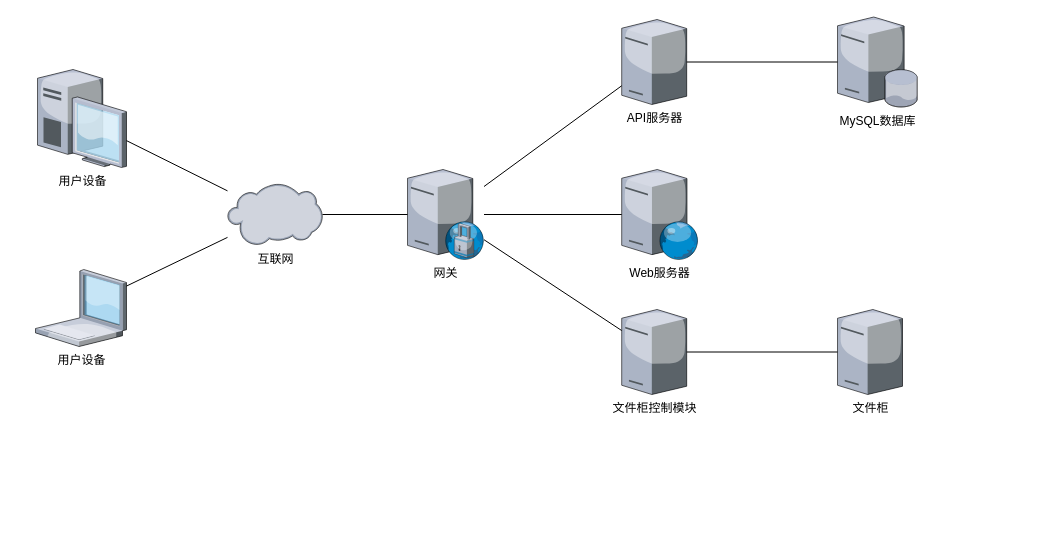
abc2513/ArknightsRoguelikeMapFlowchart keeps this draw.io diagram as uml/部署图.drawio. Above is the earlier version. Source tidied: cells renumbered, new cells numbered last; positions are measured from the earlier drawing's top-left corner, leaving out a move shared by most shapes. Both pictures are drawn from the tidied source at 100%, with x=0, y=0 at pixel (35, 17).
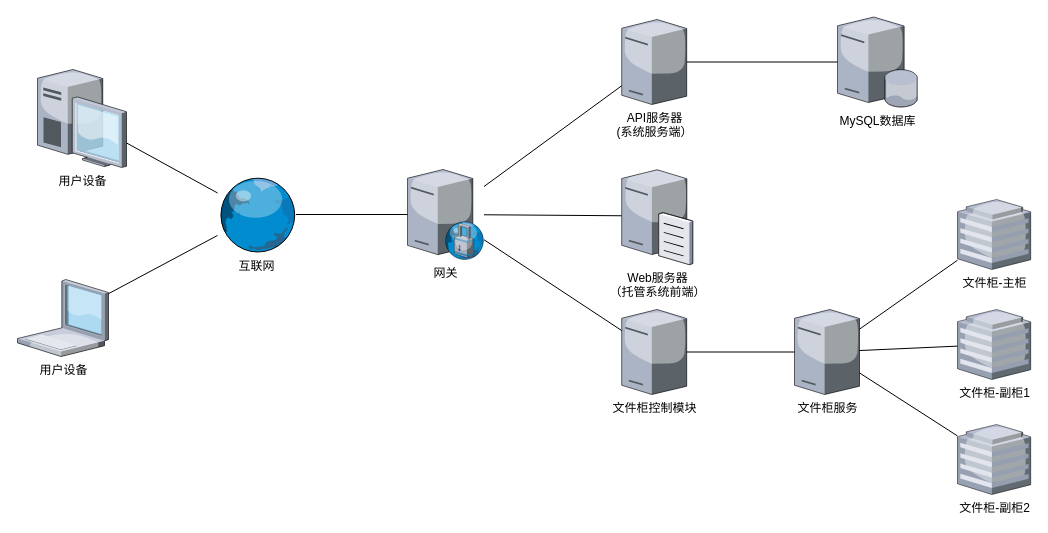
After the change.

Commit message:
更新部署图.drawio

The change refers to these unchanged cells:
```xml
<mxCell id="4" value="网关" style="verticalLabelPosition=bottom;sketch=0;html=1;verticalAlign=top;strokeColor=none;align=center;outlineConnect=0;shape=mxgraph.citrix.proxy_server;" parent="1" vertex="1">
  <mxGeometry x="372" y="152" width="76.5" height="90" as="geometry" />
</mxCell>
```

The edit, as a diff of the source:
```diff
@@
     <mxCell id="3" value="用户设备" style="verticalLabelPosition=bottom;sketch=0;html=1;verticalAlign=top;strokeColor=none;align=center;outlineConnect=0;shape=mxgraph.citrix.laptop_1;" parent="1" vertex="1">
-      <mxGeometry y="252" width="91" height="77" as="geometry" />
+      <mxGeometry x="-18" y="262" width="91" height="77" as="geometry" />
     </mxCell>
@@
-    <mxCell id="5" value="API服务器" style="verticalLabelPosition=bottom;sketch=0;html=1;verticalAlign=top;strokeColor=none;align=center;outlineConnect=0;shape=mxgraph.citrix.tower_server;" parent="1" vertex="1">
+    <mxCell id="5" value="&lt;div&gt;API服务器&lt;/div&gt;&lt;div&gt;(系统服务端）&lt;/div&gt;" style="verticalLabelPosition=bottom;sketch=0;html=1;verticalAlign=top;strokeColor=none;align=center;outlineConnect=0;shape=mxgraph.citrix.tower_server;" parent="1" vertex="1">
       <mxGeometry x="586.2" y="2" width="65" height="85" as="geometry" />
     </mxCell>
-    <mxCell id="6" value="Web服务器" style="verticalLabelPosition=bottom;sketch=0;html=1;verticalAlign=top;strokeColor=none;align=center;outlineConnect=0;shape=mxgraph.citrix.web_server;" parent="1" vertex="1">
-      <mxGeometry x="586.2" y="152" width="76.5" height="90" as="geometry" />
-    </mxCell>
@@
-    <mxCell id="11" style="endArrow=none;html=1;rounded=0;" parent="1" edge="1" source="6" target="4">
+    <mxCell id="11" style="endArrow=none;html=1;rounded=0;" parent="1" edge="1" source="25" target="4">
       <mxGeometry relative="1" as="geometry" />
     </mxCell>
@@
-    <mxCell id="15" value="互联网" style="verticalLabelPosition=bottom;sketch=0;html=1;verticalAlign=top;strokeColor=none;align=center;outlineConnect=0;shape=mxgraph.citrix.cloud;" parent="1" vertex="1">
-      <mxGeometry x="192" y="166" width="95" height="62" as="geometry" />
-    </mxCell>
-    <mxCell id="16" value="文件柜" style="verticalLabelPosition=bottom;sketch=0;html=1;verticalAlign=top;strokeColor=none;align=center;outlineConnect=0;shape=mxgraph.citrix.tower_server;" parent="1" vertex="1">
-      <mxGeometry x="802" y="292" width="65" height="85" as="geometry" />
+    <mxCell id="16" value="文件柜服务" style="verticalLabelPosition=bottom;sketch=0;html=1;verticalAlign=top;strokeColor=none;align=center;outlineConnect=0;shape=mxgraph.citrix.tower_server;" parent="1" vertex="1">
+      <mxGeometry x="759" y="292" width="65" height="85" as="geometry" />
     </mxCell>
@@
+    <mxCell id="19" value="文件柜-副柜1" style="verticalLabelPosition=bottom;sketch=0;html=1;verticalAlign=top;strokeColor=none;align=center;outlineConnect=0;shape=mxgraph.citrix.hq_enterprise;" parent="1" vertex="1">
+      <mxGeometry x="922" y="292" width="73.2" height="70" as="geometry" />
+    </mxCell>
+    <mxCell id="15" value="互联网" style="verticalLabelPosition=bottom;sketch=0;html=1;verticalAlign=top;strokeColor=none;align=center;outlineConnect=0;shape=mxgraph.citrix.globe;" parent="1" vertex="1">
+      <mxGeometry x="182" y="159.5" width="78.5" height="75" as="geometry" />
+    </mxCell>
+    <mxCell id="20" value="文件柜-主柜" style="verticalLabelPosition=bottom;sketch=0;html=1;verticalAlign=top;strokeColor=none;align=center;outlineConnect=0;shape=mxgraph.citrix.hq_enterprise;" parent="1" vertex="1">
+      <mxGeometry x="922" y="182" width="73.2" height="70" as="geometry" />
+    </mxCell>
+    <mxCell id="21" value="文件柜-副柜2" style="verticalLabelPosition=bottom;sketch=0;html=1;verticalAlign=top;strokeColor=none;align=center;outlineConnect=0;shape=mxgraph.citrix.hq_enterprise;" parent="1" vertex="1">
+      <mxGeometry x="922" y="407" width="73.2" height="70" as="geometry" />
+    </mxCell>
+    <mxCell id="22" style="endArrow=none;html=1;rounded=0;" parent="1" edge="1" source="16" target="19">
+      <mxGeometry relative="1" as="geometry" />
+    </mxCell>
+    <mxCell id="23" style="endArrow=none;html=1;rounded=0;" parent="1" edge="1" source="16" target="20">
+      <mxGeometry relative="1" as="geometry" />
+    </mxCell>
+    <mxCell id="24" style="endArrow=none;html=1;rounded=0;" parent="1" edge="1" source="16" target="21">
+      <mxGeometry relative="1" as="geometry" />
+    </mxCell>
+    <mxCell id="25" value="&lt;div&gt;Web服务器&lt;/div&gt;&lt;div&gt;（托管系统前端）&lt;/div&gt;" style="verticalLabelPosition=bottom;sketch=0;html=1;verticalAlign=top;strokeColor=none;align=center;outlineConnect=0;shape=mxgraph.citrix.file_server;" parent="1" vertex="1">
+      <mxGeometry x="586.2" y="150" width="71" height="97" as="geometry" />
+    </mxCell>
```
